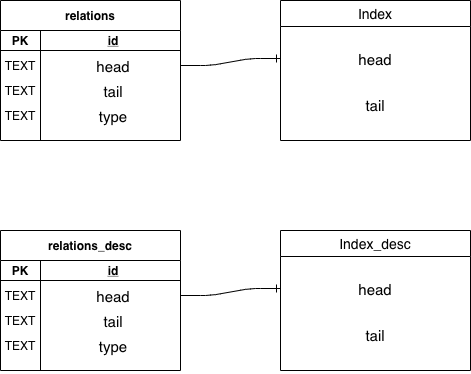
Before: docs/db_schema.png, a diagram exported from draw.io (gracoes/pipedrive-challenge). Source tidied: cells renumbered, new cells last; positions are measured from the earlier drawing's top-left corner, leaving out a move shared by most shapes.
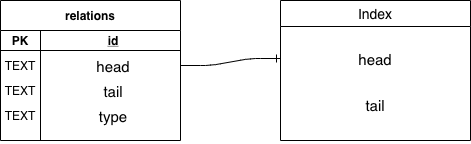
After the commit.

Commit message:
Improve db schema

What changed in the source:
```diff
@@ -53,56 +53,5 @@
     <mxCell id="18" style="edgeStyle=entityRelationEdgeStyle;fontSize=12;html=1;endArrow=ERone;endFill=1;exitX=1;exitY=0.5;exitDx=0;exitDy=0;entryX=0;entryY=0.5;entryDx=0;entryDy=0;" parent="1" edge="1" source="6" target="16">
       <mxGeometry relative="1" as="geometry" />
     </mxCell>
-    <mxCell id="19" value="relations_desc" style="shape=table;startSize=30;rowLines=0;fontStyle=1;align=center;" parent="1" vertex="1">
-      <mxGeometry y="230" width="180" height="140" as="geometry" />
-    </mxCell>
-    <mxCell id="20" style="shape=partialRectangle;fillColor=none;top=0;left=0;bottom=1;right=0;" parent="19" vertex="1">
-      <mxGeometry y="30" width="180" height="20" as="geometry" />
-    </mxCell>
-    <mxCell id="21" value="PK" style="shape=partialRectangle;fillColor=none;top=0;left=0;bottom=0;right=0;fontStyle=1;overflow=hidden;" parent="20" vertex="1">
-      <mxGeometry width="40" height="20" as="geometry" />
-    </mxCell>
-    <mxCell id="22" value="id" style="shape=partialRectangle;fillColor=none;top=0;left=0;bottom=0;right=0;align=center;spacingLeft=6;fontStyle=5;overflow=hidden;" parent="20" vertex="1">
-      <mxGeometry x="40" width="140" height="20" as="geometry" />
-    </mxCell>
-    <mxCell id="23" style="shape=partialRectangle;fillColor=none;top=0;left=0;bottom=0;right=0;points=[[0,0.5],[1,0.5]];portConstraint=eastwest;" parent="19" vertex="1">
-      <mxGeometry y="50" width="180" height="30" as="geometry" />
-    </mxCell>
-    <mxCell id="24" value="TEXT" style="shape=partialRectangle;fillColor=none;top=0;left=0;bottom=0;right=0;overflow=hidden;" parent="23" vertex="1">
-      <mxGeometry width="40" height="30" as="geometry" />
-    </mxCell>
-    <mxCell id="25" value="head" style="shape=partialRectangle;fillColor=none;top=0;left=0;bottom=0;right=0;align=center;spacingLeft=6;overflow=hidden;fontSize=15;" parent="23" vertex="1">
-      <mxGeometry x="40" width="140" height="30" as="geometry" />
-    </mxCell>
-    <mxCell id="26" style="shape=partialRectangle;fillColor=none;top=0;left=0;bottom=0;right=0;" parent="19" vertex="1">
-      <mxGeometry y="80" width="180" height="20" as="geometry" />
-    </mxCell>
-    <mxCell id="27" value="TEXT" style="shape=partialRectangle;fillColor=none;top=0;left=0;bottom=0;right=0;overflow=hidden;" parent="26" vertex="1">
-      <mxGeometry width="40" height="20" as="geometry" />
-    </mxCell>
-    <mxCell id="28" value="tail" style="shape=partialRectangle;fillColor=none;top=0;left=0;bottom=0;right=0;align=center;spacingLeft=6;overflow=hidden;fontSize=15;" parent="26" vertex="1">
-      <mxGeometry x="40" width="140" height="20" as="geometry" />
-    </mxCell>
-    <mxCell id="29" style="shape=partialRectangle;fillColor=none;top=0;left=0;bottom=0;right=0;" parent="19" vertex="1">
-      <mxGeometry y="100" width="180" height="30" as="geometry" />
-    </mxCell>
-    <mxCell id="30" value="TEXT" style="shape=partialRectangle;fillColor=none;top=0;left=0;bottom=0;right=0;overflow=hidden;" parent="29" vertex="1">
-      <mxGeometry width="40" height="30" as="geometry" />
-    </mxCell>
-    <mxCell id="31" value="type" style="shape=partialRectangle;fillColor=none;top=0;left=0;bottom=0;right=0;align=center;spacingLeft=6;overflow=hidden;fontSize=15;" parent="29" vertex="1">
-      <mxGeometry x="40" width="140" height="30" as="geometry" />
-    </mxCell>
-    <mxCell id="32" value="Index_desc" style="swimlane;fontStyle=0;horizontal=1;startSize=26;align=center;fontSize=14;" parent="1" vertex="1">
-      <mxGeometry x="280" y="230" width="190" height="140" as="geometry" />
-    </mxCell>
-    <mxCell id="33" value="head" style="text;strokeColor=none;fillColor=none;spacingLeft=4;spacingRight=4;overflow=hidden;points=[[0,0.5],[1,0.5]];portConstraint=eastwest;fontSize=15;align=center;labelPosition=center;verticalLabelPosition=middle;verticalAlign=middle;" parent="32" vertex="1">
-      <mxGeometry y="26" width="190" height="64" as="geometry" />
-    </mxCell>
-    <mxCell id="34" value="tail" style="text;strokeColor=none;fillColor=none;spacingLeft=4;spacingRight=4;overflow=hidden;fontSize=15;align=center;" parent="32" vertex="1">
-      <mxGeometry y="90" width="190" height="50" as="geometry" />
-    </mxCell>
-    <mxCell id="35" style="edgeStyle=entityRelationEdgeStyle;fontSize=12;html=1;endArrow=ERone;endFill=1;exitX=1;exitY=0.5;exitDx=0;exitDy=0;entryX=0;entryY=0.5;entryDx=0;entryDy=0;" parent="1" edge="1" source="23" target="33">
-      <mxGeometry relative="1" as="geometry" />
-    </mxCell>
   </root>
 </mxGraphModel>
```
